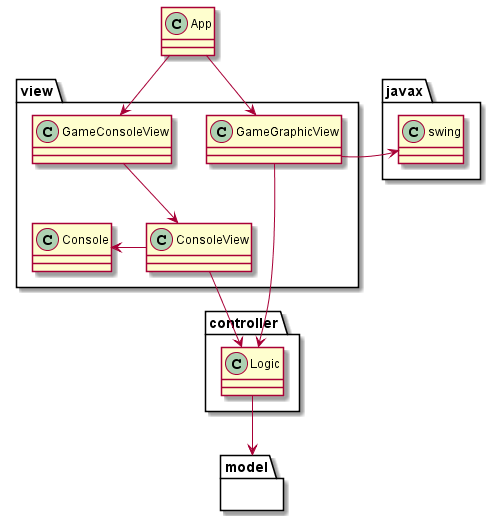
This is conecta4-mvc/doc/model.view.controller.png from arturisimo/conecta4, a PlantUML export, as it was before one commit. The source it was exported from:
```plantuml
@startuml


top to bottom direction


class App


package view {

	App -down-> GameGraphicView
	App -down-> GameConsoleView


	GameGraphicView -right-> javax.swing
	GameConsoleView --> ConsoleView

	ConsoleView -left-> Console
}

package controller {

	class Logic

	ConsoleView -down-> Logic
	GameGraphicView -down-> Logic

	Logic --> model
}

package model {
}

@enduml
```
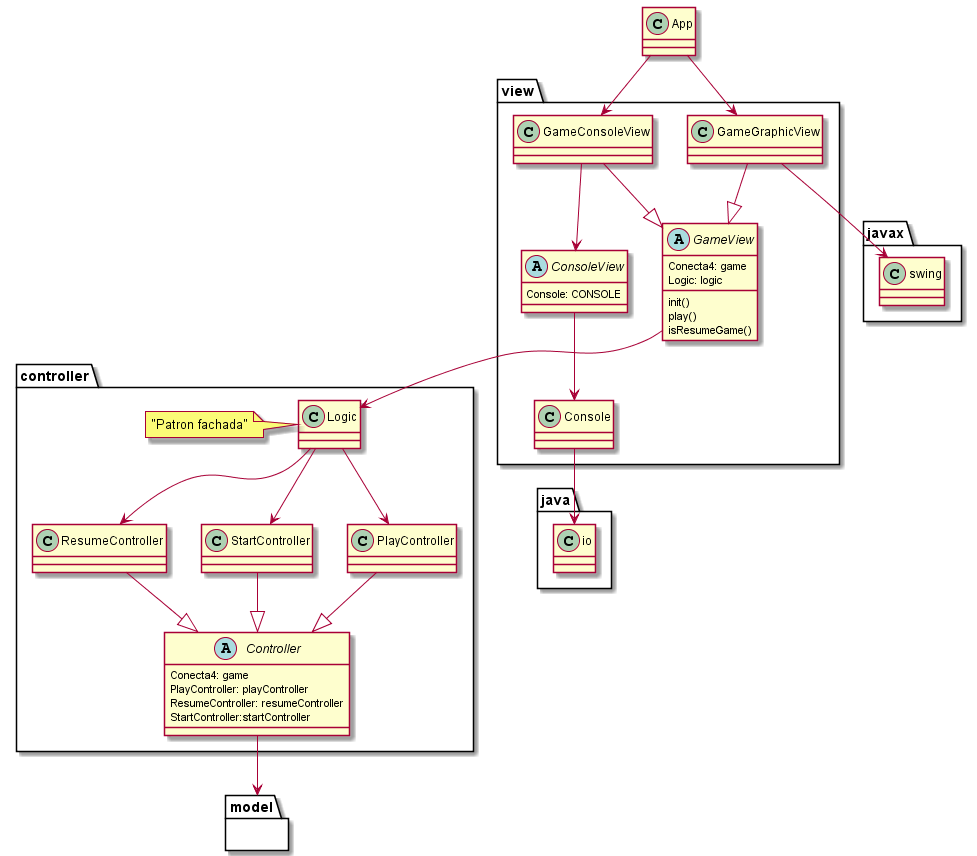
The same diagram one commit later.

Commit message:
uml patrones

What changed in the source:
```diff
@@ -12,21 +12,52 @@
 	App -down-> GameGraphicView
 	App -down-> GameConsoleView
 
+	GameGraphicView --|> GameView
+	GameConsoleView --|> GameView
 
-	GameGraphicView -right-> javax.swing
+	abstract class GameView {
+		Conecta4: game
+		Logic: logic
+		init()
+		play()
+		isResumeGame()
+	}
+
+	abstract class ConsoleView {
+		Console: CONSOLE
+	}
+
+	GameGraphicView --> javax.swing
 	GameConsoleView --> ConsoleView
 
-	ConsoleView -left-> Console
+	ConsoleView --> Console
+	Console --> java.io
 }
 
 package controller {
 
 	class Logic
+	note left of [Logic] : "Patron fachada"
 
-	ConsoleView -down-> Logic
-	GameGraphicView -down-> Logic
 
-	Logic --> model
+	GameView --> Logic
+
+	Logic --> PlayController
+	Logic --> ResumeController
+	Logic --> StartController
+
+	Controller --> model
+
+	StartController --|> Controller
+	PlayController --|> Controller
+	ResumeController --|> Controller
+
+	abstract class Controller {
+		Conecta4: game
+		PlayController: playController
+    	ResumeController: resumeController
+    	StartController:startController
+	}
 }
 
 package model {
```
